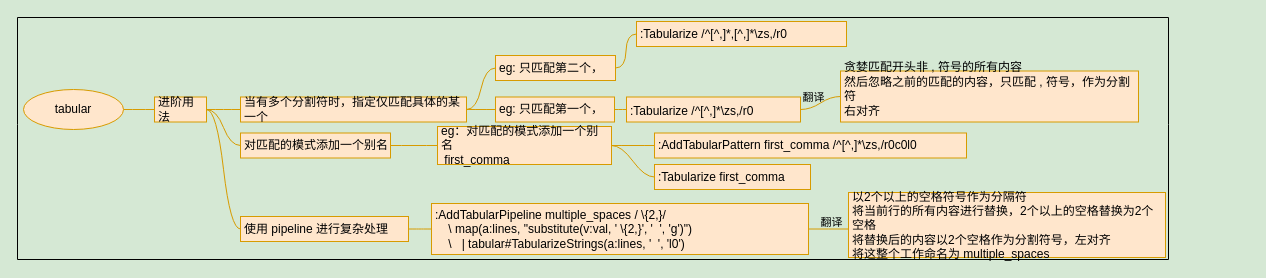
Above: page "tabular" (1 of 3) of Misc/misc.drawio in iysheng/Notes (draw.io), before the change. Source tidied: cells renumbered, new cells numbered last; positions are measured from the earlier drawing's top-left corner, leaving out a move shared by most shapes. Both pictures are drawn from the tidied source at 100%, with x=0, y=0 at pixel (17, 17).
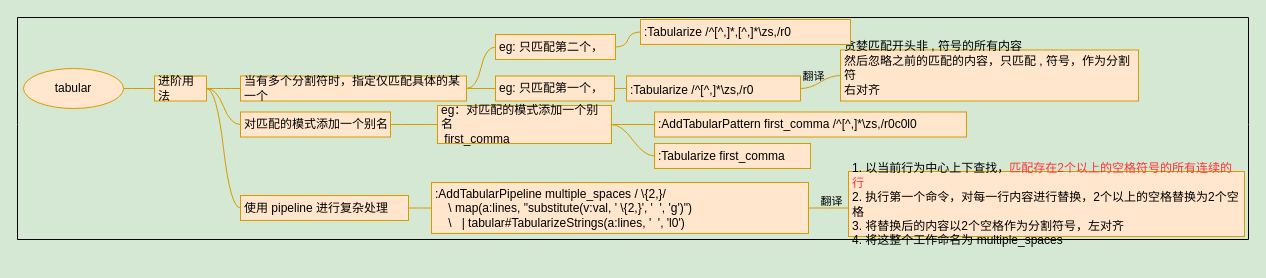
The same diagram, later.

Change to the diagram source:
```diff
@@
     <mxCell id="2" style="swimlane;startSize=107;horizontal=1;containerType=tree;labelBackgroundColor=none;fontFamily=mono;fontColor=#000000;align=left;verticalAlign=top;fillColor=none;strokeColor=default;swimlaneLine=0;backgroundOutline=0;" parent="1" vertex="1">
-      <mxGeometry width="1151" height="242" as="geometry" />
+      <mxGeometry width="1231" height="222" as="geometry" />
     </mxCell>
@@
     <mxCell id="4" value="tabular" style="ellipse;whiteSpace=wrap;html=1;align=center;newEdgeStyle={&quot;edgeStyle&quot;:&quot;entityRelationEdgeStyle&quot;,&quot;startArrow&quot;:&quot;none&quot;,&quot;endArrow&quot;:&quot;none&quot;,&quot;segment&quot;:10,&quot;curved&quot;:1};labelBackgroundColor=none;fontFamily=mono;fillColor=#ffe6cc;strokeColor=#d79b00;" parent="2" vertex="1">
-      <mxGeometry x="6" y="72" width="100" height="40" as="geometry" />
+      <mxGeometry x="6" y="51" width="100" height="40" as="geometry" />
     </mxCell>
     <mxCell id="5" value="进阶用法" style="whiteSpace=wrap;html=1;rounded=0;arcSize=50;align=left;verticalAlign=middle;strokeWidth=1;spacing=4;newEdgeStyle={&quot;edgeStyle&quot;:&quot;entityRelationEdgeStyle&quot;,&quot;startArrow&quot;:&quot;none&quot;,&quot;endArrow&quot;:&quot;none&quot;,&quot;segment&quot;:10,&quot;curved&quot;:1};labelBackgroundColor=none;fontFamily=mono;fillColor=#ffe6cc;strokeColor=#d79b00;" parent="2" vertex="1">
-      <mxGeometry x="137" y="79.5" width="52" height="25" as="geometry" />
+      <mxGeometry x="137" y="58.5" width="52" height="25" as="geometry" />
     </mxCell>
@@
     <mxCell id="7" value="当有多个分割符时，指定仅匹配具体的某一个" style="whiteSpace=wrap;html=1;rounded=0;arcSize=50;align=left;verticalAlign=middle;strokeWidth=1;spacing=4;newEdgeStyle={&quot;edgeStyle&quot;:&quot;entityRelationEdgeStyle&quot;,&quot;startArrow&quot;:&quot;none&quot;,&quot;endArrow&quot;:&quot;none&quot;,&quot;segment&quot;:10,&quot;curved&quot;:1};labelBackgroundColor=none;fontFamily=mono;fillColor=#ffe6cc;strokeColor=#d79b00;" parent="2" vertex="1">
-      <mxGeometry x="223" y="79.5" width="226" height="25" as="geometry" />
+      <mxGeometry x="223" y="58.5" width="226" height="25" as="geometry" />
     </mxCell>
@@
     <mxCell id="9" value="eg: 只匹配第一个，" style="whiteSpace=wrap;html=1;rounded=0;arcSize=50;align=left;verticalAlign=middle;strokeWidth=1;spacing=4;newEdgeStyle={&quot;edgeStyle&quot;:&quot;entityRelationEdgeStyle&quot;,&quot;startArrow&quot;:&quot;none&quot;,&quot;endArrow&quot;:&quot;none&quot;,&quot;segment&quot;:10,&quot;curved&quot;:1};labelBackgroundColor=none;fontFamily=mono;fillColor=#ffe6cc;strokeColor=#d79b00;" parent="2" vertex="1">
-      <mxGeometry x="478" y="79.5" width="119" height="25" as="geometry" />
+      <mxGeometry x="478" y="58.5" width="119" height="25" as="geometry" />
     </mxCell>
@@
     <mxCell id="11" value=":Tabularize /^[^,]*\zs,/r0" style="whiteSpace=wrap;html=1;rounded=0;arcSize=50;align=left;verticalAlign=bottom;strokeWidth=1;spacing=4;newEdgeStyle={&quot;edgeStyle&quot;:&quot;entityRelationEdgeStyle&quot;,&quot;startArrow&quot;:&quot;none&quot;,&quot;endArrow&quot;:&quot;none&quot;,&quot;segment&quot;:10,&quot;curved&quot;:1};labelBackgroundColor=none;fontFamily=mono;fillColor=#ffe6cc;strokeColor=#d79b00;" parent="2" vertex="1">
-      <mxGeometry x="609" y="79.5" width="174" height="25" as="geometry" />
+      <mxGeometry x="609" y="58.5" width="174" height="25" as="geometry" />
     </mxCell>
@@
     <mxCell id="13" value="eg：对匹配的模式添加一个别名&lt;br&gt;&amp;nbsp;first_comma" style="whiteSpace=wrap;html=1;rounded=0;arcSize=50;align=left;verticalAlign=middle;strokeWidth=1;spacing=4;newEdgeStyle={&quot;edgeStyle&quot;:&quot;entityRelationEdgeStyle&quot;,&quot;startArrow&quot;:&quot;none&quot;,&quot;endArrow&quot;:&quot;none&quot;,&quot;segment&quot;:10,&quot;curved&quot;:1};labelBackgroundColor=none;fontFamily=mono;fillColor=#ffe6cc;strokeColor=#d79b00;" parent="2" vertex="1">
-      <mxGeometry x="420" y="109" width="174" height="38" as="geometry" />
+      <mxGeometry x="420" y="88" width="174" height="38" as="geometry" />
     </mxCell>
@@
     <mxCell id="15" value=":AddTabularPattern first_comma /^[^,]*\zs,/r0c0l0" style="whiteSpace=wrap;html=1;rounded=0;arcSize=50;align=left;verticalAlign=middle;strokeWidth=1;spacing=4;newEdgeStyle={&quot;edgeStyle&quot;:&quot;entityRelationEdgeStyle&quot;,&quot;startArrow&quot;:&quot;none&quot;,&quot;endArrow&quot;:&quot;none&quot;,&quot;segment&quot;:10,&quot;curved&quot;:1};labelBackgroundColor=none;fontFamily=mono;fillColor=#ffe6cc;strokeColor=#d79b00;" parent="2" vertex="1">
-      <mxGeometry x="637" y="115.5" width="312" height="25" as="geometry" />
+      <mxGeometry x="637" y="94.5" width="312" height="25" as="geometry" />
     </mxCell>
@@
     <mxCell id="17" value=":Tabularize first_comma" style="whiteSpace=wrap;html=1;rounded=0;arcSize=50;align=left;verticalAlign=middle;strokeWidth=1;spacing=4;newEdgeStyle={&quot;edgeStyle&quot;:&quot;entityRelationEdgeStyle&quot;,&quot;startArrow&quot;:&quot;none&quot;,&quot;endArrow&quot;:&quot;none&quot;,&quot;segment&quot;:10,&quot;curved&quot;:1};labelBackgroundColor=none;fontFamily=mono;fillColor=#ffe6cc;strokeColor=#d79b00;" parent="2" vertex="1">
-      <mxGeometry x="637" y="147" width="156" height="25" as="geometry" />
+      <mxGeometry x="637" y="126" width="156" height="25" as="geometry" />
     </mxCell>
@@
     <mxCell id="19" value="使用 pipeline 进行复杂处理" style="whiteSpace=wrap;html=1;rounded=0;arcSize=50;align=left;verticalAlign=middle;strokeWidth=1;spacing=4;newEdgeStyle={&quot;edgeStyle&quot;:&quot;entityRelationEdgeStyle&quot;,&quot;startArrow&quot;:&quot;none&quot;,&quot;endArrow&quot;:&quot;none&quot;,&quot;segment&quot;:10,&quot;curved&quot;:1};labelBackgroundColor=none;fontFamily=mono;fillColor=#ffe6cc;strokeColor=#d79b00;" parent="2" vertex="1">
-      <mxGeometry x="223" y="199" width="168" height="25" as="geometry" />
+      <mxGeometry x="223" y="178" width="168" height="25" as="geometry" />
     </mxCell>
@@
     <mxCell id="21" value="&lt;div&gt;:AddTabularPipeline multiple_spaces / \{2,}/&lt;/div&gt;&lt;div&gt;&amp;nbsp; &amp;nbsp; \ map(a:lines, &quot;substitute(v:val, ' \{2,}', '&amp;nbsp; ', 'g')&quot;)&lt;/div&gt;&lt;div&gt;&amp;nbsp; &amp;nbsp; \&amp;nbsp; &amp;nbsp;| tabular#TabularizeStrings(a:lines, '&amp;nbsp; ', 'l0')&lt;/div&gt;" style="whiteSpace=wrap;html=1;rounded=0;arcSize=50;align=left;verticalAlign=middle;strokeWidth=1;spacing=4;newEdgeStyle={&quot;edgeStyle&quot;:&quot;entityRelationEdgeStyle&quot;,&quot;startArrow&quot;:&quot;none&quot;,&quot;endArrow&quot;:&quot;none&quot;,&quot;segment&quot;:10,&quot;curved&quot;:1};labelBackgroundColor=none;fontFamily=mono;fillColor=#ffe6cc;strokeColor=#d79b00;" parent="2" vertex="1">
-      <mxGeometry x="414" y="186" width="377" height="51" as="geometry" />
+      <mxGeometry x="414" y="165" width="377" height="51" as="geometry" />
     </mxCell>
     <mxCell id="22" style="edgeStyle=entityRelationEdgeStyle;startArrow=none;endArrow=none;segment=10;curved=1;rounded=0;fontFamily=mono;fontColor=#000000;fillColor=#ffe6cc;strokeColor=#d79b00;align=left;labelBackgroundColor=none;" parent="2" edge="1" source="21">
       <mxGeometry relative="1" as="geometry">
-        <mxPoint x="831" y="211.5" as="targetPoint" />
+        <mxPoint x="831" y="190.5" as="targetPoint" />
       </mxGeometry>
     </mxCell>
@@
-    <mxCell id="24" value="&lt;div&gt;以2个以上的空格符号作为分隔符&lt;/div&gt;&lt;div&gt;将当前行的所有内容进行替换，2个以上的空格替换为2个空格&lt;/div&gt;&lt;div&gt;将替换后的内容以2个空格作为分割符号，左对齐&lt;/div&gt;&lt;div&gt;将这整个工作命名为 multiple_spaces&lt;/div&gt;" style="whiteSpace=wrap;html=1;rounded=0;arcSize=50;align=left;verticalAlign=middle;strokeWidth=1;spacing=4;newEdgeStyle={&quot;edgeStyle&quot;:&quot;entityRelationEdgeStyle&quot;,&quot;startArrow&quot;:&quot;none&quot;,&quot;endArrow&quot;:&quot;none&quot;,&quot;segment&quot;:10,&quot;curved&quot;:1};labelBackgroundColor=none;fontFamily=mono;fillColor=#ffe6cc;strokeColor=#d79b00;" parent="2" vertex="1">
-      <mxGeometry x="831" y="175" width="317" height="65" as="geometry" />
+    <mxCell id="24" value="&lt;div&gt;1. 以当前行为中心上下查找，&lt;font color=&quot;#ff3333&quot;&gt;匹配存在2个以上的空格符号的所有连续的行&lt;/font&gt;&lt;/div&gt;&lt;div&gt;2. 执行第一个命令，对每一行内容进行替换，2个以上的空格替换为2个空格&lt;/div&gt;&lt;div&gt;3. 将替换后的内容以2个空格作为分割符号，左对齐&lt;/div&gt;&lt;div&gt;4. 将这整个工作命名为 multiple_spaces&lt;/div&gt;" style="whiteSpace=wrap;html=1;rounded=0;arcSize=50;align=left;verticalAlign=middle;strokeWidth=1;spacing=4;newEdgeStyle={&quot;edgeStyle&quot;:&quot;entityRelationEdgeStyle&quot;,&quot;startArrow&quot;:&quot;none&quot;,&quot;endArrow&quot;:&quot;none&quot;,&quot;segment&quot;:10,&quot;curved&quot;:1};labelBackgroundColor=none;fontFamily=mono;fillColor=#ffe6cc;strokeColor=#d79b00;" parent="2" vertex="1">
+      <mxGeometry x="831" y="154" width="396" height="65" as="geometry" />
     </mxCell>
@@
     <mxCell id="26" value="对匹配的模式添加一个别名" style="whiteSpace=wrap;html=1;rounded=0;arcSize=50;align=left;verticalAlign=middle;strokeWidth=1;spacing=4;newEdgeStyle={&quot;edgeStyle&quot;:&quot;entityRelationEdgeStyle&quot;,&quot;startArrow&quot;:&quot;none&quot;,&quot;endArrow&quot;:&quot;none&quot;,&quot;segment&quot;:10,&quot;curved&quot;:1};labelBackgroundColor=none;fontFamily=mono;fillColor=#ffe6cc;strokeColor=#d79b00;" parent="2" vertex="1">
-      <mxGeometry x="223" y="115.5" width="150" height="25" as="geometry" />
+      <mxGeometry x="223" y="94.5" width="150" height="25" as="geometry" />
     </mxCell>
@@
     <mxCell id="29" value="贪婪匹配开头非 , 符号的所有内容&lt;br&gt;然后忽略之前的匹配的内容，只匹配 , 符号，作为分割符&lt;br&gt;右对齐" style="whiteSpace=wrap;html=1;rounded=0;arcSize=50;align=left;verticalAlign=bottom;strokeWidth=1;spacing=4;newEdgeStyle={&quot;edgeStyle&quot;:&quot;entityRelationEdgeStyle&quot;,&quot;startArrow&quot;:&quot;none&quot;,&quot;endArrow&quot;:&quot;none&quot;,&quot;segment&quot;:10,&quot;curved&quot;:1};labelBackgroundColor=none;fontFamily=mono;fillColor=#ffe6cc;strokeColor=#d79b00;" parent="2" vertex="1">
-      <mxGeometry x="823" y="53.5" width="298" height="51" as="geometry" />
+      <mxGeometry x="823" y="32.5" width="298" height="51" as="geometry" />
     </mxCell>
@@
     <mxCell id="31" value="eg: 只匹配第二个，" style="whiteSpace=wrap;html=1;rounded=0;arcSize=50;align=left;verticalAlign=middle;strokeWidth=1;spacing=4;newEdgeStyle={&quot;edgeStyle&quot;:&quot;entityRelationEdgeStyle&quot;,&quot;startArrow&quot;:&quot;none&quot;,&quot;endArrow&quot;:&quot;none&quot;,&quot;segment&quot;:10,&quot;curved&quot;:1};labelBackgroundColor=none;fontFamily=mono;fillColor=#ffe6cc;strokeColor=#d79b00;" parent="2" vertex="1">
-      <mxGeometry x="478" y="38" width="120" height="25" as="geometry" />
+      <mxGeometry x="478" y="17" width="120" height="25" as="geometry" />
     </mxCell>
@@
     <mxCell id="33" value=":Tabularize /^[^,]*,[^,]*\zs,/r0" style="whiteSpace=wrap;html=1;rounded=0;arcSize=50;align=left;verticalAlign=middle;strokeWidth=1;spacing=4;newEdgeStyle={&quot;edgeStyle&quot;:&quot;entityRelationEdgeStyle&quot;,&quot;startArrow&quot;:&quot;none&quot;,&quot;endArrow&quot;:&quot;none&quot;,&quot;segment&quot;:10,&quot;curved&quot;:1};labelBackgroundColor=none;fontFamily=mono;fillColor=#ffe6cc;strokeColor=#d79b00;" parent="2" vertex="1">
-      <mxGeometry x="619" y="4" width="210" height="25" as="geometry" />
+      <mxGeometry x="623" y="2" width="210" height="25" as="geometry" />
     </mxCell>
```
